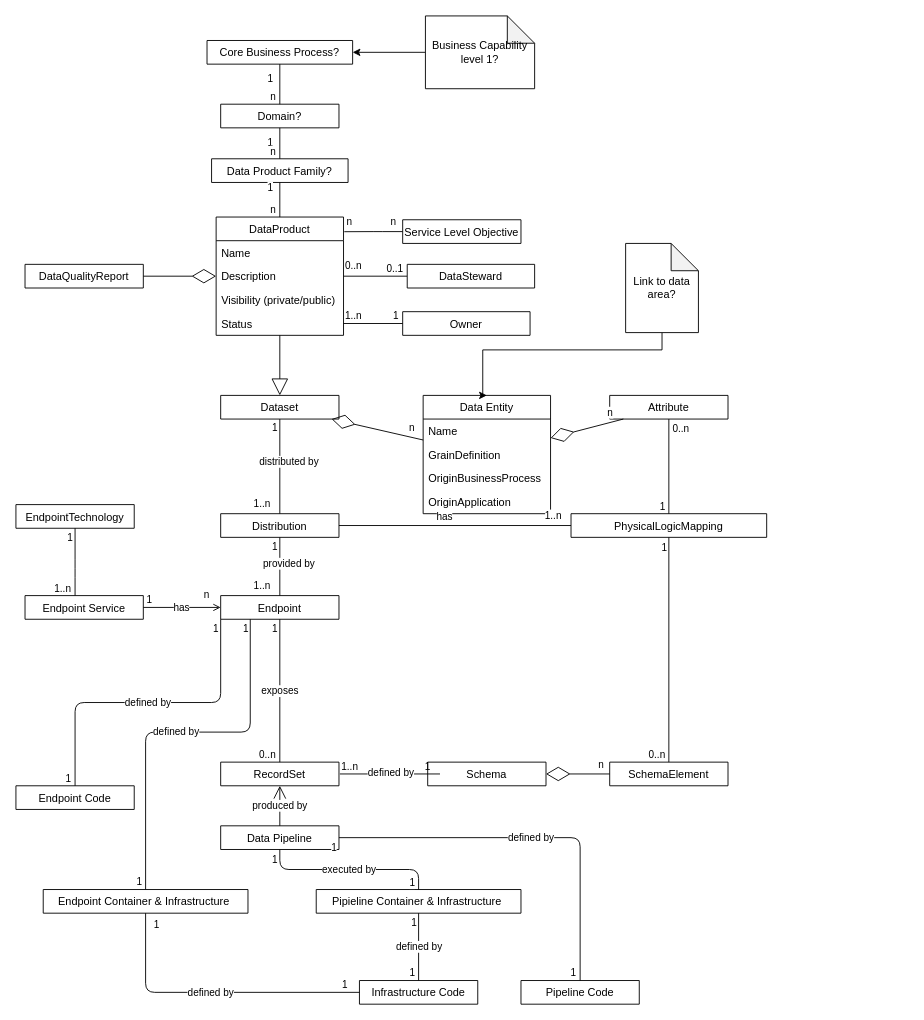
Above: page "Structure" (1 of 4) of docs/dataproduct_metamodel.drawio in equinor/data-engineering (draw.io), before the change. Source tidied: cells renumbered, new cells numbered last; positions are measured from the earlier drawing's top-left corner, leaving out a move shared by most shapes. Both pictures are drawn from the tidied source at 91%, with x=0, y=0 at pixel (15, 15).
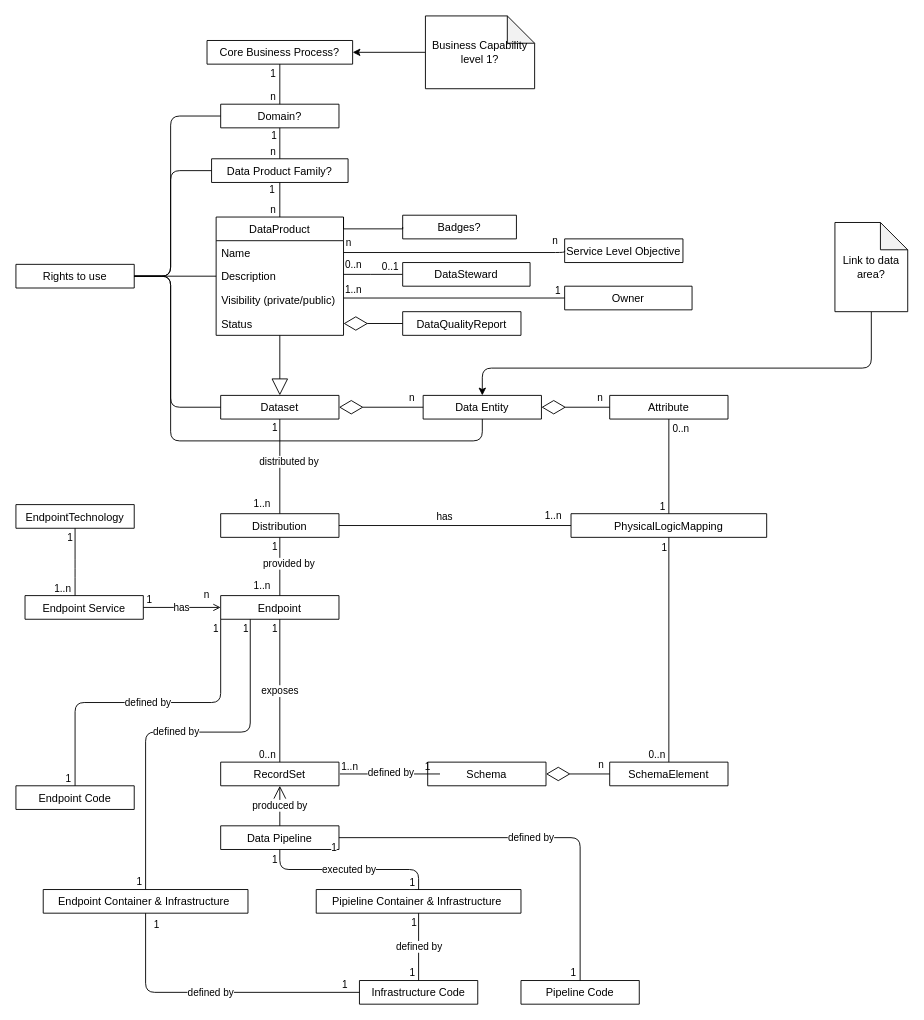
The same page after the edit.

Commit message:
Added Rights to use and badges.

The change refers to these unchanged cells:
```xml
<mxCell id="2" value="DataProduct" style="swimlane;fontStyle=0;horizontal=1;startSize=26;fillColor=none;" parent="1" vertex="1">
  <mxGeometry x="220" y="221" width="140" height="130" as="geometry" />
</mxCell>
<mxCell id="4" value="Description" style="text;strokeColor=none;fillColor=none;align=left;verticalAlign=top;spacingLeft=4;spacingRight=4;overflow=hidden;points=[[0,0.5],[1,0.5]];portConstraint=eastwest;" parent="2" vertex="1">
  <mxGeometry y="52" width="140" height="26" as="geometry" />
</mxCell>
<mxCell id="6" value="Status" style="text;strokeColor=none;fillColor=none;align=left;verticalAlign=top;spacingLeft=4;spacingRight=4;overflow=hidden;points=[[0,0.5],[1,0.5]];portConstraint=eastwest;" parent="2" vertex="1">
  <mxGeometry y="104" width="140" height="26" as="geometry" />
</mxCell>
<mxCell id="8" value="Domain?" style="swimlane;fontStyle=0;horizontal=1;startSize=26;" parent="1" vertex="1" collapsed="1">
  <mxGeometry x="225" y="97" width="130" height="26" as="geometry" />
</mxCell>
<mxCell id="9" value="Data Product Family?" style="swimlane;fontStyle=0;horizontal=1;startSize=26;" parent="1" vertex="1" collapsed="1">
  <mxGeometry x="215" y="157" width="150" height="26" as="geometry" />
</mxCell>
<mxCell id="10" style="endArrow=none;html=1;edgeStyle=orthogonalEdgeStyle;" parent="1" edge="1" source="8" target="9">
  <mxGeometry relative="1" as="geometry" />
</mxCell>
<mxCell id="13" style="endArrow=none;html=1;edgeStyle=orthogonalEdgeStyle;" parent="1" edge="1" source="9" target="2">
  <mxGeometry relative="1" as="geometry" />
</mxCell>
<mxCell id="18" value="Dataset" style="swimlane;fontStyle=0;horizontal=1;startSize=26;fillColor=none;" parent="1" vertex="1" collapsed="1">
  <mxGeometry x="225" y="417" width="130" height="26" as="geometry" />
</mxCell>
<mxCell id="30" style="endArrow=none;html=1;edgeStyle=orthogonalEdgeStyle;" parent="1" edge="1" source="29" target="8">
  <mxGeometry relative="1" as="geometry" />
</mxCell>
```

Diff of the diagram source:
```diff
@@
     <mxCell id="11" value="1" style="edgeLabel;html=1;align=left;verticalAlign=bottom;" parent="10" vertex="1">
       <mxGeometry x="-1" relative="1" as="geometry">
-        <mxPoint x="-15" y="24" as="offset" />
+        <mxPoint x="-11" y="17" as="offset" />
       </mxGeometry>
     </mxCell>
@@
     <mxCell id="14" value="1" style="edgeLabel;html=1;align=left;verticalAlign=bottom;" parent="13" vertex="1">
       <mxGeometry x="-1" relative="1" as="geometry">
-        <mxPoint x="-15" y="14" as="offset" />
+        <mxPoint x="-13" y="16" as="offset" />
       </mxGeometry>
     </mxCell>
@@
     <mxCell id="16" value="Service Level Objective" style="swimlane;fontStyle=0;horizontal=1;startSize=26;fillColor=none;" parent="1" vertex="1" collapsed="1">
-      <mxGeometry x="425" y="224" width="130" height="26" as="geometry" />
+      <mxGeometry x="603" y="245" width="130" height="26" as="geometry" />
     </mxCell>
@@
-    <mxCell id="19" value="Data Entity" style="swimlane;fontStyle=0;horizontal=1;startSize=26;" parent="1" vertex="1">
-      <mxGeometry x="447.5" y="417" width="140" height="130" as="geometry" />
+    <mxCell id="19" value="Data Entity" style="swimlane;fontStyle=0;horizontal=1;startSize=26;" parent="1" vertex="1" collapsed="1">
+      <mxGeometry x="447.5" y="417" width="130" height="26" as="geometry" />
     </mxCell>
-    <mxCell id="20" value="Name" style="text;strokeColor=none;fillColor=none;align=left;verticalAlign=top;spacingLeft=4;spacingRight=4;overflow=hidden;" parent="19" vertex="1">
-      <mxGeometry y="26" width="140" height="26" as="geometry" />
-    </mxCell>
-    <mxCell id="21" value="GrainDefinition" style="text;strokeColor=none;fillColor=none;align=left;verticalAlign=top;spacingLeft=4;spacingRight=4;overflow=hidden;" parent="19" vertex="1">
-      <mxGeometry y="52" width="140" height="26" as="geometry" />
-    </mxCell>
-    <mxCell id="22" value="OriginBusinessProcess" style="text;strokeColor=none;fillColor=none;align=left;verticalAlign=top;spacingLeft=4;spacingRight=4;overflow=hidden;" parent="19" vertex="1">
-      <mxGeometry y="78" width="140" height="26" as="geometry" />
-    </mxCell>
-    <mxCell id="23" value="OriginApplication" style="text;strokeColor=none;fillColor=none;align=left;verticalAlign=top;spacingLeft=4;spacingRight=4;overflow=hidden;" parent="19" vertex="1">
-      <mxGeometry y="104" width="140" height="26" as="geometry" />
-    </mxCell>
     <mxCell id="24" value="DataQualityReport" style="swimlane;fontStyle=0;horizontal=1;startSize=26;" parent="1" vertex="1" collapsed="1">
-      <mxGeometry x="10" y="273" width="130" height="26" as="geometry" />
+      <mxGeometry x="425" y="325" width="130" height="26" as="geometry" />
     </mxCell>
-    <mxCell id="25" style="endArrow=none;html=1;edgeStyle=orthogonalEdgeStyle;entryX=1.006;entryY=0.124;entryDx=0;entryDy=0;entryPerimeter=0;" parent="1" edge="1" source="16" target="2">
-      <mxGeometry relative="1" as="geometry" />
+    <mxCell id="25" style="endArrow=none;html=1;edgeStyle=orthogonalEdgeStyle;" parent="1" edge="1">
+      <mxGeometry relative="1" as="geometry">
+        <mxPoint x="603" y="258" as="sourcePoint" />
+        <mxPoint x="360" y="260" as="targetPoint" />
+        <Array as="points">
+          <mxPoint x="603" y="260" />
+        </Array>
+      </mxGeometry>
     </mxCell>
@@
     <mxCell id="31" value="1" style="edgeLabel;html=1;align=left;verticalAlign=bottom;" parent="30" vertex="1">
       <mxGeometry x="-1" relative="1" as="geometry">
-        <mxPoint x="-15" y="24" as="offset" />
+        <mxPoint x="-12" y="19" as="offset" />
       </mxGeometry>
     </mxCell>
@@
     <mxCell id="33" style="endArrow=none;html=1;edgeStyle=orthogonalEdgeStyle;" parent="1" edge="1" source="2" target="36">
-      <mxGeometry relative="1" as="geometry" />
+      <mxGeometry relative="1" as="geometry">
+        <Array as="points">
+          <mxPoint x="400" y="284" />
+          <mxPoint x="400" y="284" />
+        </Array>
+      </mxGeometry>
     </mxCell>
@@
     <mxCell id="36" value="DataSteward" style="swimlane;fontStyle=0;horizontal=1;startSize=26;" parent="1" vertex="1" collapsed="1">
-      <mxGeometry x="430" y="273" width="140" height="26" as="geometry" />
+      <mxGeometry x="425" y="271" width="140" height="26" as="geometry" />
     </mxCell>
     <mxCell id="37" value="Owner" style="swimlane;fontStyle=0;horizontal=1;startSize=26;" parent="1" vertex="1" collapsed="1">
-      <mxGeometry x="425" y="325" width="140" height="26" as="geometry" />
+      <mxGeometry x="603" y="297" width="140" height="26" as="geometry" />
     </mxCell>
-    <mxCell id="38" style="endArrow=none;html=1;edgeStyle=orthogonalEdgeStyle;exitX=1;exitY=0.5;exitDx=0;exitDy=0;" parent="1" edge="1" source="6" target="37">
-      <mxGeometry relative="1" as="geometry" />
+    <mxCell id="38" style="endArrow=none;html=1;edgeStyle=orthogonalEdgeStyle;" parent="1" edge="1" target="37">
+      <mxGeometry relative="1" as="geometry">
+        <mxPoint x="360" y="310" as="sourcePoint" />
+        <Array as="points">
+          <mxPoint x="360" y="310" />
+        </Array>
+      </mxGeometry>
     </mxCell>
@@
-    <mxCell id="60" style="endArrow=diamondThin;endFill=0;endSize=24;html=1;" parent="1" edge="1" source="24" target="2">
+    <mxCell id="60" style="endArrow=diamondThin;endFill=0;endSize=24;html=1;entryX=1;entryY=0.5;entryDx=0;entryDy=0;" parent="1" edge="1" source="24" target="6">
       <mxGeometry relative="1" as="geometry" />
     </mxCell>
@@
-    <mxCell id="106" style="edgeStyle=orthogonalEdgeStyle;rounded=0;jettySize=auto;html=1;entryX=0.5;entryY=0;entryDx=0;entryDy=0;" parent="1" edge="1" source="107" target="19">
+    <mxCell id="106" style="edgeStyle=orthogonalEdgeStyle;rounded=1;jettySize=auto;html=1;entryX=0.5;entryY=0;entryDx=0;entryDy=0;" parent="1" edge="1" source="107" target="19">
       <mxGeometry relative="1" as="geometry">
         <Array as="points">
-          <mxPoint x="710" y="367" />
-          <mxPoint x="513" y="367" />
+          <mxPoint x="940" y="387" />
+          <mxPoint x="513" y="387" />
         </Array>
       </mxGeometry>
     </mxCell>
     <mxCell id="107" value="Link to data area?" style="shape=note;whiteSpace=wrap;html=1;backgroundOutline=1;darkOpacity=0.05;" parent="1" vertex="1">
-      <mxGeometry x="670" y="250" width="80" height="98" as="geometry" />
+      <mxGeometry x="900" y="227" width="80" height="98" as="geometry" />
     </mxCell>
@@
+    <mxCell id="109" style="edgeStyle=orthogonalEdgeStyle;rounded=0;jettySize=auto;html=1;entryX=1;entryY=0;entryDx=0;entryDy=0;endArrow=none;endFill=0;exitX=0;exitY=0.5;exitDx=0;exitDy=0;" parent="1" edge="1" source="116" target="2">
+      <mxGeometry relative="1" as="geometry">
+        <Array as="points">
+          <mxPoint x="425" y="234" />
+          <mxPoint x="360" y="234" />
+        </Array>
+      </mxGeometry>
+    </mxCell>
+    <mxCell id="110" style="edgeStyle=orthogonalEdgeStyle;rounded=1;jettySize=auto;html=1;entryX=0;entryY=0.5;entryDx=0;entryDy=0;endArrow=none;endFill=0;exitX=1;exitY=0.5;exitDx=0;exitDy=0;" parent="1" edge="1" source="115" target="18">
+      <mxGeometry relative="1" as="geometry">
+        <Array as="points">
+          <mxPoint x="130" y="286" />
+          <mxPoint x="170" y="286" />
+          <mxPoint x="170" y="430" />
+        </Array>
+      </mxGeometry>
+    </mxCell>
+    <mxCell id="111" style="edgeStyle=orthogonalEdgeStyle;rounded=1;jettySize=auto;html=1;exitX=1;exitY=0.5;exitDx=0;exitDy=0;entryX=0;entryY=0.5;entryDx=0;entryDy=0;endArrow=none;endFill=0;" parent="1" edge="1" source="115" target="4">
+      <mxGeometry relative="1" as="geometry">
+        <Array as="points">
+          <mxPoint x="130" y="286" />
+        </Array>
+      </mxGeometry>
+    </mxCell>
+    <mxCell id="112" style="edgeStyle=orthogonalEdgeStyle;rounded=1;jettySize=auto;html=1;entryX=0.5;entryY=1;entryDx=0;entryDy=0;endArrow=none;endFill=0;exitX=1;exitY=0.5;exitDx=0;exitDy=0;" parent="1" edge="1" source="115" target="19">
+      <mxGeometry relative="1" as="geometry">
+        <Array as="points">
+          <mxPoint x="130" y="286" />
+          <mxPoint x="170" y="286" />
+          <mxPoint x="170" y="467" />
+          <mxPoint x="513" y="467" />
+        </Array>
+      </mxGeometry>
+    </mxCell>
+    <mxCell id="113" style="edgeStyle=orthogonalEdgeStyle;rounded=1;jettySize=auto;html=1;entryX=0;entryY=0.5;entryDx=0;entryDy=0;endArrow=none;endFill=0;exitX=1;exitY=0.5;exitDx=0;exitDy=0;" parent="1" edge="1" source="115" target="9">
+      <mxGeometry relative="1" as="geometry">
+        <Array as="points">
+          <mxPoint x="130" y="286" />
+          <mxPoint x="170" y="286" />
+          <mxPoint x="170" y="170" />
+        </Array>
+      </mxGeometry>
+    </mxCell>
+    <mxCell id="114" style="edgeStyle=orthogonalEdgeStyle;rounded=1;jettySize=auto;html=1;entryX=0;entryY=0.5;entryDx=0;entryDy=0;endArrow=none;endFill=0;exitX=1;exitY=0.5;exitDx=0;exitDy=0;" parent="1" edge="1" source="115" target="8">
+      <mxGeometry relative="1" as="geometry">
+        <Array as="points">
+          <mxPoint x="130" y="286" />
+          <mxPoint x="170" y="286" />
+          <mxPoint x="170" y="110" />
+        </Array>
+      </mxGeometry>
+    </mxCell>
+    <mxCell id="115" value="Rights to use" style="swimlane;fontStyle=0;horizontal=1;startSize=26;fillColor=none;" parent="1" vertex="1" collapsed="1">
+      <mxGeometry y="273" width="130" height="26" as="geometry" />
+    </mxCell>
+    <mxCell id="116" value="Badges?" style="swimlane;fontStyle=0;horizontal=1;startSize=26;fillColor=none;" parent="1" vertex="1" collapsed="1">
+      <mxGeometry x="425" y="219" width="125" height="26" as="geometry" />
+    </mxCell>
```
